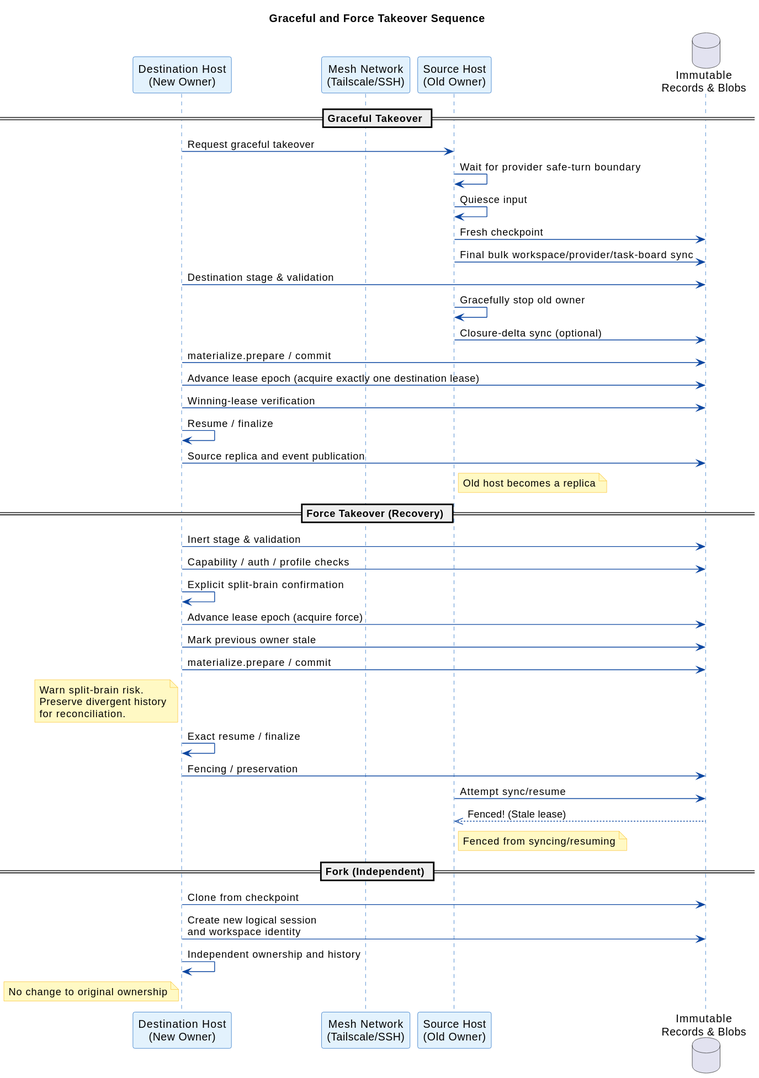
The PlantUML diagram diagrams/artefacts/takeover.svg in relux-works/agent-session-manager-spec, before a commit.
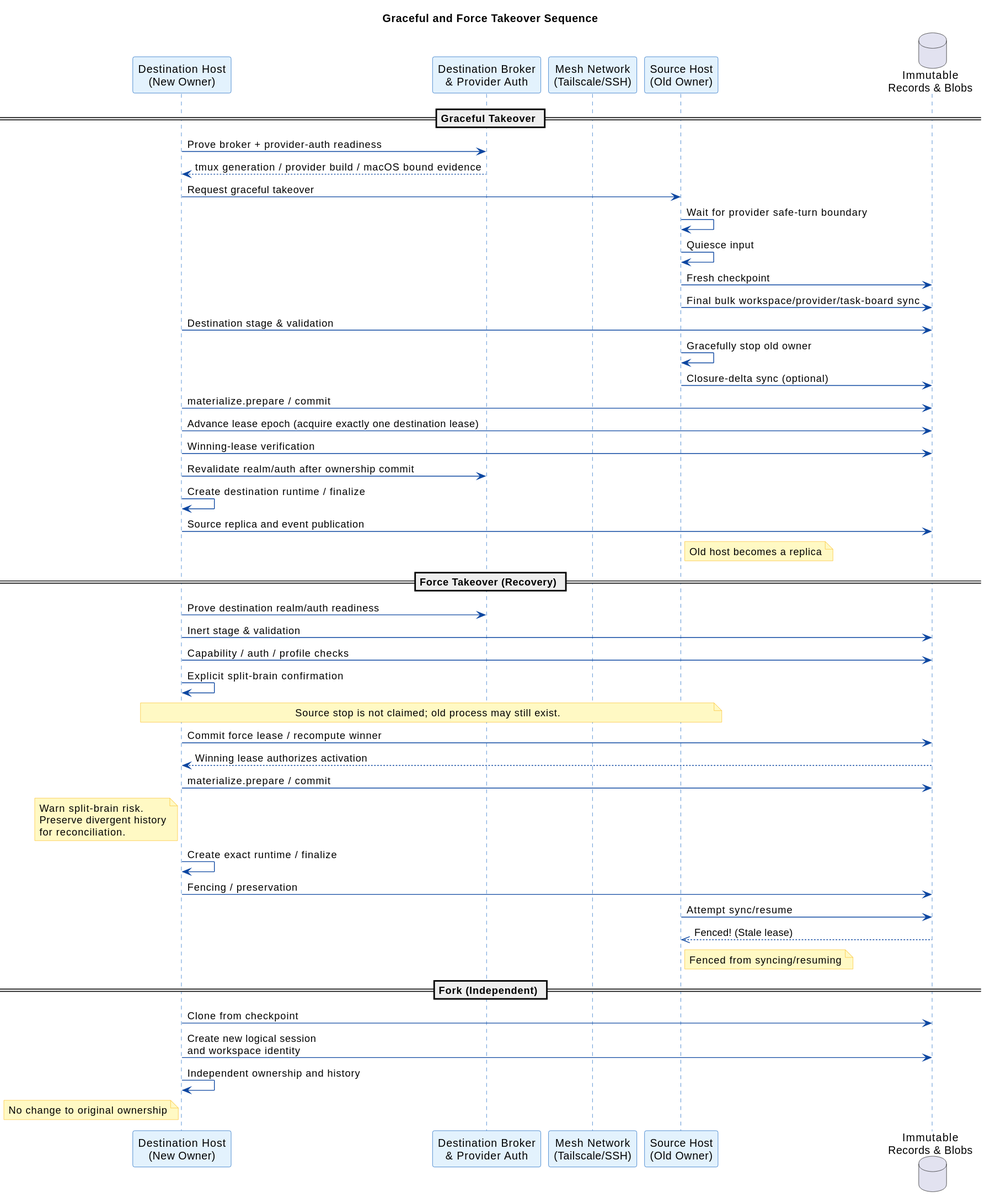
Above is the later version.

What changed in the source:
```diff
@@ -20,11 +20,14 @@
 title Graceful and Force Takeover Sequence
 
 participant "Destination Host\n(New Owner)" as Dest
+participant "Destination Broker\n& Provider Auth" as Broker
 participant "Mesh Network\n(Tailscale/SSH)" as Mesh
 participant "Source Host\n(Old Owner)" as Src
 database "Immutable\nRecords & Blobs" as Store
 
 == Graceful Takeover ==
+Dest -> Broker: Prove broker + provider-auth readiness
+Broker --> Dest: tmux generation / provider build / macOS bound evidence
 Dest -> Src: Request graceful takeover
 Src -> Src: Wait for provider safe-turn boundary
 Src -> Src: Quiesce input
@@ -36,19 +39,22 @@
 Dest -> Store: materialize.prepare / commit
 Dest -> Store: Advance lease epoch (acquire exactly one destination lease)
 Dest -> Store: Winning-lease verification
-Dest -> Dest: Resume / finalize
+Dest -> Broker: Revalidate realm/auth after ownership commit
+Dest -> Dest: Create destination runtime / finalize
 Dest -> Store: Source replica and event publication
 note right of Src: Old host becomes a replica
 
 == Force Takeover (Recovery) ==
+Dest -> Broker: Prove destination realm/auth readiness
 Dest -> Store: Inert stage & validation
 Dest -> Store: Capability / auth / profile checks
 Dest -> Dest: Explicit split-brain confirmation
-Dest -> Store: Advance lease epoch (acquire force)
-Dest -> Store: Mark previous owner stale
+note over Dest,Src: Source stop is not claimed; old process may still exist.
+Dest -> Store: Commit force lease / recompute winner
+Store --> Dest: Winning lease authorizes activation
 Dest -> Store: materialize.prepare / commit
 note left of Dest: Warn split-brain risk.\nPreserve divergent history\nfor reconciliation.
-Dest -> Dest: Exact resume / finalize
+Dest -> Dest: Create exact runtime / finalize
 Dest -> Store: Fencing / preservation
 Src -> Store: Attempt sync/resume
 Store -->> Src: Fenced! (Stale lease)
```
